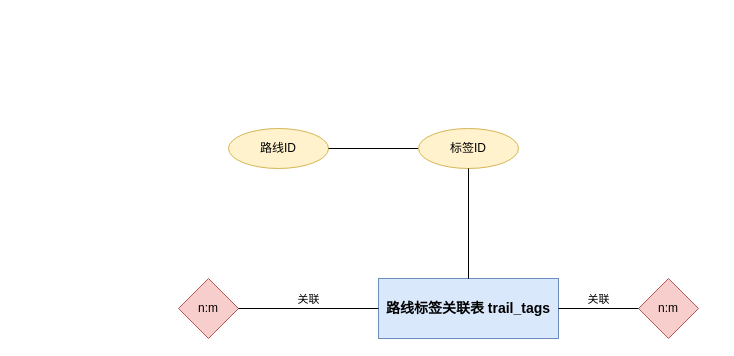
Above: DOCS/architecture-diagrams/sources/路线标签关联表.drawio in 612cs/TrailQuest (draw.io), before the change. Source tidied: cells renumbered, new cells numbered last; positions are measured from the earlier drawing's top-left corner, leaving out a move shared by most shapes. Both pictures are drawn from the tidied source at 100%, with x=0, y=0 at pixel (178, 128).
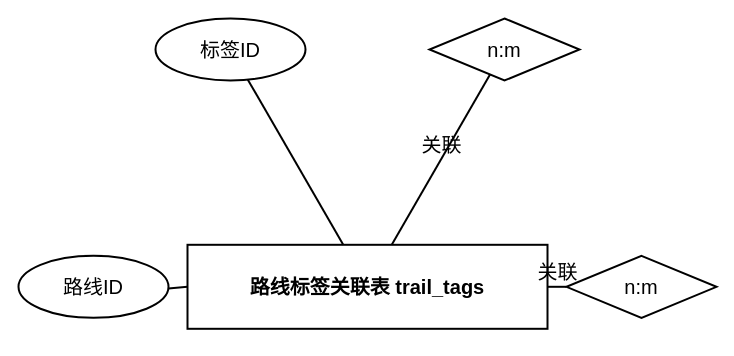
The same page after the edit.

What changed in the source:
```diff
@@
 <mxGraphModel>
   <root>
     <mxCell id="0" />
     <mxCell id="1" parent="0" />
-    <mxCell id="2" value="路线标签关联表 trail_tags" style="rounded=0;whiteSpace=wrap;html=1;fillColor=#dae8fc;strokeColor=#6c8ebf;fontSize=14;fontStyle=1;" parent="1" vertex="1">
-      <mxGeometry x="200" y="150" width="180" height="60" as="geometry" />
+    <mxCell id="2" value="路线标签关联表 trail_tags" style="rounded=0;whiteSpace=wrap;html=1;fillColor=none;strokeColor=#000000;fontSize=20;fontStyle=1;gradientColor=none;fontColor=#000000;strokeWidth=2;shadow=0;glass=0;" parent="1" vertex="1">
+      <mxGeometry x="9" y="116.3" width="360" height="84" as="geometry" />
     </mxCell>
-    <mxCell id="3" value="路线ID" style="ellipse;whiteSpace=wrap;html=1;fillColor=#fff2cc;strokeColor=#d6b656;" parent="1" vertex="1">
-      <mxGeometry x="50" width="100" height="40" as="geometry" />
+    <mxCell id="3" value="路线ID" style="ellipse;whiteSpace=wrap;html=1;fillColor=none;strokeColor=#000000;gradientColor=none;fontColor=#000000;fontSize=20;strokeWidth=2;shadow=0;glass=0;" parent="1" vertex="1">
+      <mxGeometry x="-160" y="127.3" width="150" height="62" as="geometry" />
     </mxCell>
-    <mxCell id="4" style="edgeStyle=orthogonalEdgeStyle;rounded=0;jettySize=auto;html=1;endArrow=none;endFill=0;" parent="1" edge="1" source="3" target="2">
+    <mxCell id="4" style="rounded=0;html=1;endArrow=none;endFill=0;strokeColor=#000000;strokeWidth=2;" parent="1" edge="1" source="3" target="2">
       <mxGeometry relative="1" as="geometry" />
     </mxCell>
-    <mxCell id="5" value="标签ID" style="ellipse;whiteSpace=wrap;html=1;fillColor=#fff2cc;strokeColor=#d6b656;" parent="1" vertex="1">
-      <mxGeometry x="240" width="100" height="40" as="geometry" />
+    <mxCell id="5" value="标签ID" style="ellipse;whiteSpace=wrap;html=1;fillColor=none;strokeColor=#000000;gradientColor=none;fontColor=#000000;fontSize=20;strokeWidth=2;shadow=0;glass=0;" parent="1" vertex="1">
+      <mxGeometry x="-23" y="-110" width="150" height="62" as="geometry" />
     </mxCell>
-    <mxCell id="6" style="edgeStyle=orthogonalEdgeStyle;rounded=0;jettySize=auto;html=1;endArrow=none;endFill=0;" parent="1" edge="1" source="5" target="2">
+    <mxCell id="6" style="rounded=0;html=1;endArrow=none;endFill=0;strokeColor=#000000;strokeWidth=2;" parent="1" edge="1" source="5" target="2">
       <mxGeometry relative="1" as="geometry" />
     </mxCell>
-    <mxCell id="7" value="n:m" style="rhombus;whiteSpace=wrap;html=1;fillColor=#f8cecc;strokeColor=#b85450;fontSize=12;" parent="1" vertex="1">
-      <mxGeometry y="150" width="60" height="60" as="geometry" />
+    <mxCell id="7" value="n:m" style="rhombus;whiteSpace=wrap;html=1;fillColor=none;strokeColor=#000000;fontSize=20;gradientColor=none;fontColor=#000000;strokeWidth=2;shadow=0;glass=0;" parent="1" vertex="1">
+      <mxGeometry x="251" y="-110" width="150" height="62" as="geometry" />
     </mxCell>
-    <mxCell id="8" value="关联" style="edgeStyle=orthogonalEdgeStyle;rounded=0;jettySize=auto;html=1;endArrow=none;endFill=0;labelPosition=center;verticalLabelPosition=top;align=center;verticalAlign=bottom;" parent="1" edge="1" source="7" target="2">
+    <mxCell id="8" value="关联" style="rounded=0;html=1;endArrow=none;endFill=0;labelPosition=center;verticalLabelPosition=top;align=center;verticalAlign=bottom;strokeColor=#000000;strokeWidth=2;fontSize=20;fontColor=#000000;fontFamily=Arial;labelBackgroundColor=none;fillColor=none;gradientColor=none;shadow=0;" parent="1" edge="1" source="7" target="2">
       <mxGeometry relative="1" as="geometry" />
     </mxCell>
-    <mxCell id="9" value="n:m" style="rhombus;whiteSpace=wrap;html=1;fillColor=#f8cecc;strokeColor=#b85450;fontSize=12;" parent="1" vertex="1">
-      <mxGeometry x="460" y="150" width="60" height="60" as="geometry" />
+    <mxCell id="9" value="n:m" style="rhombus;whiteSpace=wrap;html=1;fillColor=none;strokeColor=#000000;fontSize=20;gradientColor=none;fontColor=#000000;strokeWidth=2;shadow=0;glass=0;" parent="1" vertex="1">
+      <mxGeometry x="388" y="127.3" width="150" height="62" as="geometry" />
     </mxCell>
-    <mxCell id="10" value="关联" style="edgeStyle=orthogonalEdgeStyle;rounded=0;jettySize=auto;html=1;endArrow=none;endFill=0;labelPosition=center;verticalLabelPosition=top;align=center;verticalAlign=bottom;" parent="1" edge="1" source="2" target="9">
+    <mxCell id="10" value="关联" style="rounded=0;html=1;endArrow=none;endFill=0;labelPosition=center;verticalLabelPosition=top;align=center;verticalAlign=bottom;strokeColor=#000000;strokeWidth=2;fontSize=20;fontColor=#000000;fontFamily=Arial;labelBackgroundColor=none;fillColor=none;gradientColor=none;shadow=0;" parent="1" edge="1" source="2" target="9">
       <mxGeometry relative="1" as="geometry" />
     </mxCell>
   </root>
 </mxGraphModel>
```
